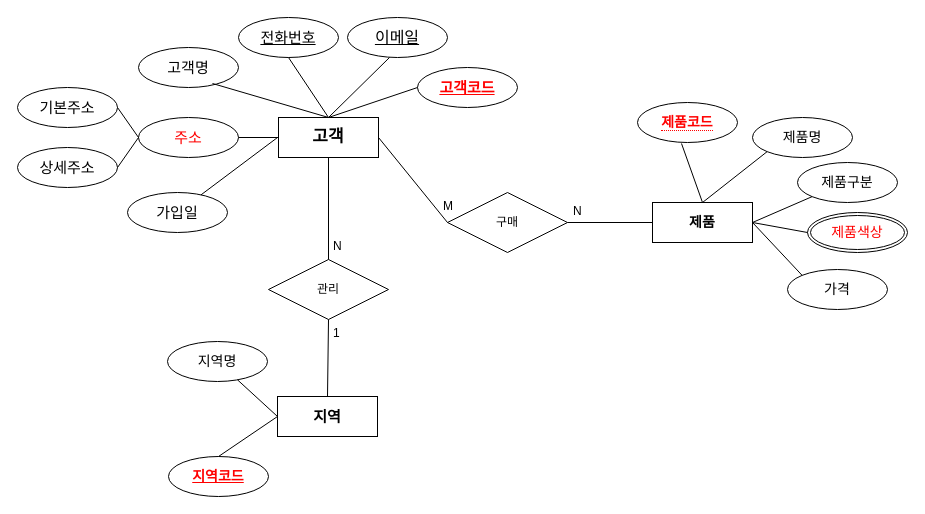
The draw.io diagram page "페이지-2" (2 of 6) of erd.drawio in bitcocom/ai8erd, before the edit. Source tidied: cells renumbered, new cells numbered last; positions are measured from the earlier drawing's top-left corner, leaving out a move shared by most shapes. Both pictures are drawn from the tidied source at 100%, with x=0, y=0 at pixel (17, 17).
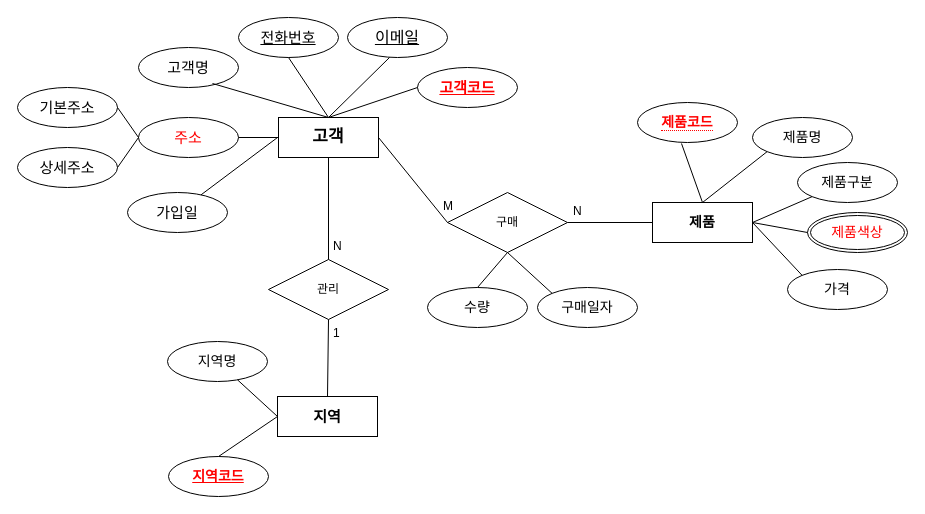
Above is the later version.

The change refers to these unchanged cells:
```xml
<mxCell id="33" value="구매" style="shape=rhombus;perimeter=rhombusPerimeter;whiteSpace=wrap;html=1;align=center;" parent="1" vertex="1">
  <mxGeometry x="430" y="175" width="120" height="60" as="geometry" />
</mxCell>
```

The edit, as a diff of the source:
```diff
@@
+    <mxCell id="46" value="수량" style="ellipse;whiteSpace=wrap;html=1;align=center;fontSize=14;" parent="1" vertex="1">
+      <mxGeometry x="410" y="270" width="100" height="40" as="geometry" />
+    </mxCell>
+    <mxCell id="47" value="구매일자" style="ellipse;whiteSpace=wrap;html=1;align=center;fontSize=14;" parent="1" vertex="1">
+      <mxGeometry x="520" y="270" width="100" height="40" as="geometry" />
+    </mxCell>
+    <mxCell id="48" style="endArrow=none;html=1;rounded=0;entryX=0.5;entryY=1;entryDx=0;entryDy=0;exitX=0.5;exitY=0;exitDx=0;exitDy=0;" parent="1" edge="1" source="46" target="33">
+      <mxGeometry relative="1" as="geometry" />
+    </mxCell>
+    <mxCell id="49" style="endArrow=none;html=1;rounded=0;exitX=0;exitY=0;exitDx=0;exitDy=0;entryX=0.5;entryY=1;entryDx=0;entryDy=0;" parent="1" edge="1" source="47" target="33">
+      <mxGeometry relative="1" as="geometry" />
+    </mxCell>
```
